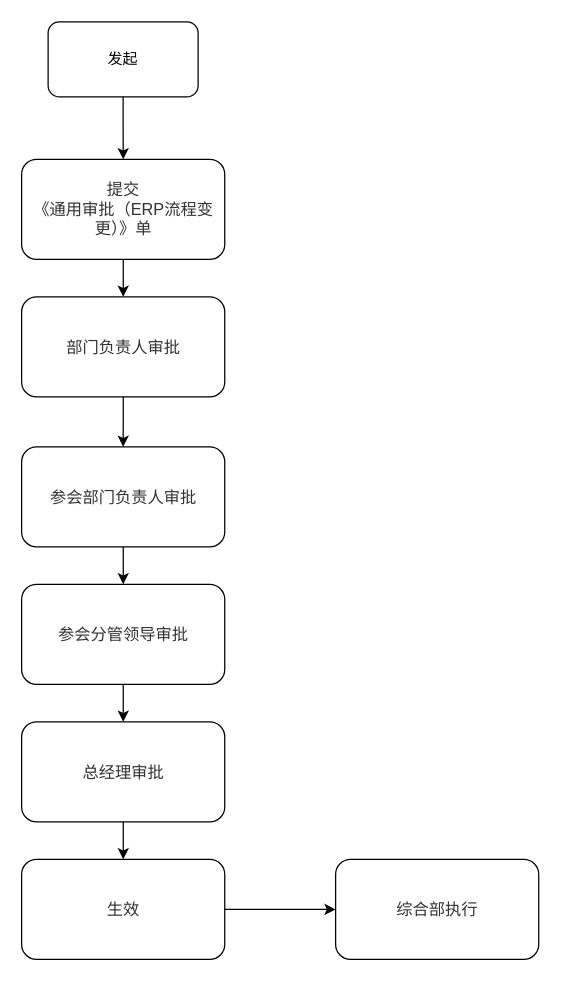
Earlier version of the draw.io diagram ERP流程变更申请.drawio (LuckyHuXing/mcp-server-demo). Source tidied: cells renumbered, new cells numbered last; positions are measured from the earlier drawing's top-left corner, leaving out a move shared by most shapes. Both pictures are drawn from the tidied source at 125%, with x=0, y=0 at pixel (21, 21).
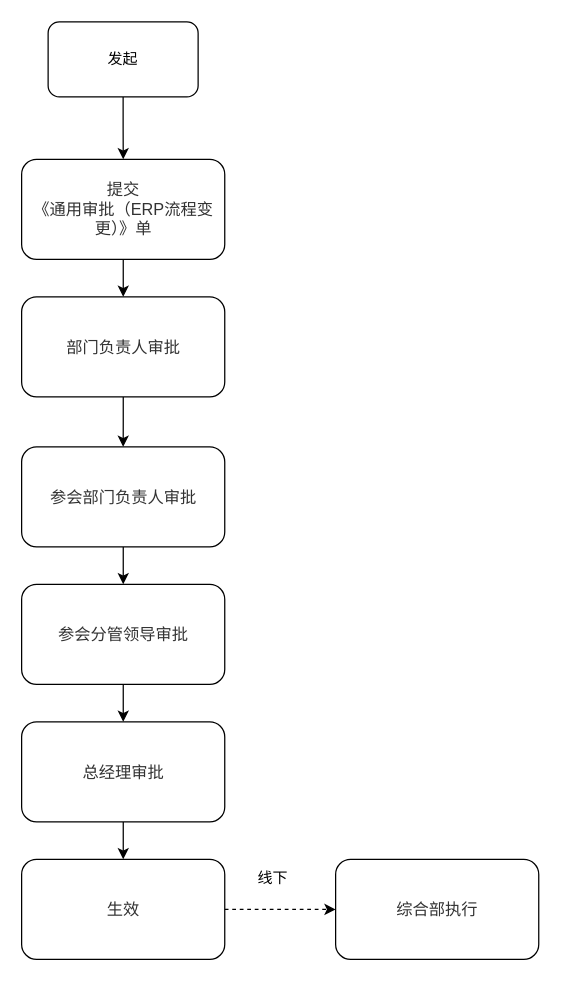
After the change.

Commit message (it also covers changes not shown here):
更新ERP流程变更申请.drawio

The edit, as a diff of the source:
```diff
@@
 <mxGraphModel>
   <root>
     <mxCell id="0" />
     <mxCell id="1" parent="0" />
     <mxCell id="2" style="edgeStyle=orthogonalEdgeStyle;rounded=0;jettySize=auto;html=1;" parent="1" edge="1" source="3" target="5">
       <mxGeometry relative="1" as="geometry" />
     </mxCell>
     <mxCell id="3" value="发起" style="rounded=1;whiteSpace=wrap;html=1;" parent="1" vertex="1">
       <mxGeometry x="21" width="120" height="60" as="geometry" />
     </mxCell>
     <mxCell id="4" style="edgeStyle=orthogonalEdgeStyle;rounded=0;jettySize=auto;html=1;" parent="1" edge="1" source="5" target="7">
       <mxGeometry relative="1" as="geometry" />
     </mxCell>
     <mxCell id="5" value="&lt;div style=&quot;resize: none; outline: none; font-size: 13px; color: rgb(50, 50, 50); font-family: &amp;quot;Microsoft YaHei&amp;quot;, 微软雅黑, Arial;&quot;&gt;提交&lt;/div&gt;&lt;span style=&quot;color: rgb(50, 50, 50); font-family: &amp;quot;Microsoft YaHei&amp;quot;, 微软雅黑, Arial; font-size: 13px; background-color: rgba(255, 255, 255, 0.01);&quot;&gt;《通用审批（ERP流程变更）》单&lt;/span&gt;" style="whiteSpace=wrap;html=1;rounded=1;" parent="1" vertex="1">
       <mxGeometry x="-0.2" y="110" width="162.5" height="80" as="geometry" />
     </mxCell>
     <mxCell id="6" style="edgeStyle=orthogonalEdgeStyle;rounded=0;jettySize=auto;html=1;entryX=0.5;entryY=0;entryDx=0;entryDy=0;" parent="1" edge="1" source="7" target="9">
       <mxGeometry relative="1" as="geometry" />
     </mxCell>
     <mxCell id="7" value="&lt;div style=&quot;resize: none; outline: none; font-size: 13px; color: rgb(50, 50, 50); font-family: &amp;quot;Microsoft YaHei&amp;quot;, 微软雅黑, Arial;&quot;&gt;&lt;span style=&quot;background-color: rgba(255, 255, 255, 0.01);&quot;&gt;部门负责人审批&lt;/span&gt;&lt;/div&gt;" style="whiteSpace=wrap;html=1;rounded=1;" parent="1" vertex="1">
       <mxGeometry x="-0.2" y="220" width="162.5" height="80" as="geometry" />
     </mxCell>
     <mxCell id="8" style="edgeStyle=orthogonalEdgeStyle;rounded=0;jettySize=auto;html=1;" parent="1" edge="1" source="9" target="11">
       <mxGeometry relative="1" as="geometry" />
     </mxCell>
     <mxCell id="9" value="&lt;div style=&quot;resize: none; outline: none; font-size: 13px; color: rgb(50, 50, 50); font-family: &amp;quot;Microsoft YaHei&amp;quot;, 微软雅黑, Arial;&quot;&gt;&lt;span style=&quot;background-color: rgba(255, 255, 255, 0.01);&quot;&gt;参会部门负责人审批&lt;/span&gt;&lt;/div&gt;" style="whiteSpace=wrap;html=1;rounded=1;" parent="1" vertex="1">
       <mxGeometry x="-0.2" y="340" width="162.5" height="80" as="geometry" />
     </mxCell>
     <mxCell id="10" style="edgeStyle=orthogonalEdgeStyle;rounded=0;jettySize=auto;html=1;" parent="1" edge="1" source="11" target="13">
       <mxGeometry relative="1" as="geometry" />
     </mxCell>
     <mxCell id="11" value="&lt;div style=&quot;resize: none; outline: none; font-size: 13px; color: rgb(50, 50, 50); font-family: &amp;quot;Microsoft YaHei&amp;quot;, 微软雅黑, Arial;&quot;&gt;&lt;span style=&quot;background-color: rgba(255, 255, 255, 0.01);&quot;&gt;参会分管领导审批&lt;/span&gt;&lt;/div&gt;" style="whiteSpace=wrap;html=1;rounded=1;" parent="1" vertex="1">
       <mxGeometry x="-0.2" y="450" width="162.5" height="80" as="geometry" />
     </mxCell>
     <mxCell id="12" style="edgeStyle=orthogonalEdgeStyle;rounded=0;jettySize=auto;html=1;" parent="1" edge="1" source="13" target="15">
       <mxGeometry relative="1" as="geometry" />
     </mxCell>
     <mxCell id="13" value="&lt;div style=&quot;resize: none; outline: none; font-size: 13px; color: rgb(50, 50, 50); font-family: &amp;quot;Microsoft YaHei&amp;quot;, 微软雅黑, Arial;&quot;&gt;&lt;span style=&quot;background-color: rgba(255, 255, 255, 0.01);&quot;&gt;总经理审批&lt;/span&gt;&lt;/div&gt;" style="whiteSpace=wrap;html=1;rounded=1;" parent="1" vertex="1">
       <mxGeometry x="-0.2" y="560" width="162.5" height="80" as="geometry" />
     </mxCell>
-    <mxCell id="14" style="edgeStyle=orthogonalEdgeStyle;rounded=0;jettySize=auto;html=1;entryX=0;entryY=0.5;entryDx=0;entryDy=0;" parent="1" edge="1" source="15" target="16">
+    <mxCell id="14" style="edgeStyle=orthogonalEdgeStyle;rounded=0;jettySize=auto;html=1;entryX=0;entryY=0.5;entryDx=0;entryDy=0;dashed=1;" parent="1" edge="1" source="15" target="16">
       <mxGeometry relative="1" as="geometry" />
     </mxCell>
     <mxCell id="15" value="&lt;div style=&quot;resize: none; outline: none; font-size: 13px; color: rgb(50, 50, 50); font-family: &amp;quot;Microsoft YaHei&amp;quot;, 微软雅黑, Arial;&quot;&gt;&lt;span style=&quot;background-color: rgba(255, 255, 255, 0.01);&quot;&gt;生效&lt;/span&gt;&lt;/div&gt;" style="whiteSpace=wrap;html=1;rounded=1;" parent="1" vertex="1">
       <mxGeometry x="-0.2" y="670" width="162.5" height="80" as="geometry" />
     </mxCell>
     <mxCell id="16" value="&lt;div style=&quot;resize: none; outline: none; font-size: 13px; color: rgb(50, 50, 50); font-family: &amp;quot;Microsoft YaHei&amp;quot;, 微软雅黑, Arial;&quot;&gt;&lt;span style=&quot;background-color: rgba(255, 255, 255, 0.01);&quot;&gt;综合部执行&lt;/span&gt;&lt;/div&gt;" style="whiteSpace=wrap;html=1;rounded=1;" parent="1" vertex="1">
       <mxGeometry x="251" y="670" width="162.5" height="80" as="geometry" />
     </mxCell>
+    <mxCell id="17" value="线下" style="text;html=1;whiteSpace=wrap;strokeColor=none;fillColor=none;align=center;verticalAlign=middle;rounded=0;" parent="1" vertex="1">
+      <mxGeometry x="171" y="670" width="60" height="30" as="geometry" />
+    </mxCell>
   </root>
 </mxGraphModel>
```
